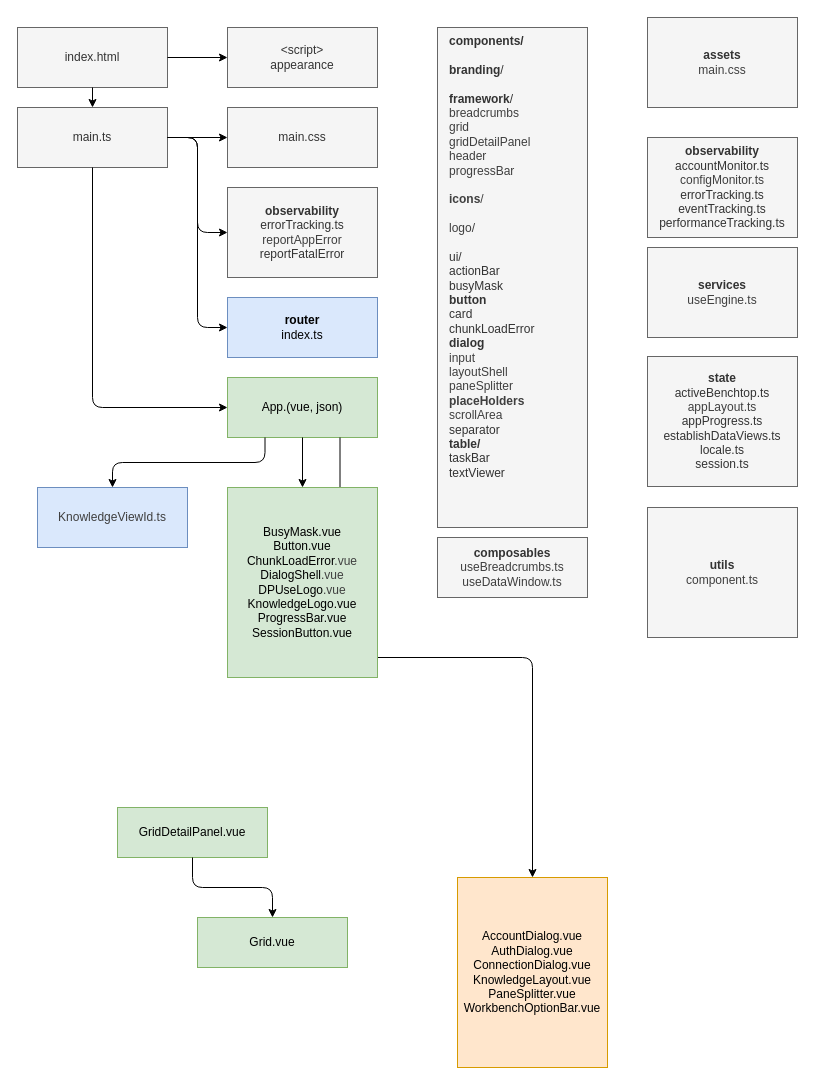
Above: schematic.drawio in dpuse/dpuse-app (draw.io), before the change. Source tidied: cells renumbered, new cells numbered last; positions are measured from the earlier drawing's top-left corner, leaving out a move shared by most shapes. Both pictures are drawn from the tidied source at 100%, with x=0, y=0 at pixel (17, 17).
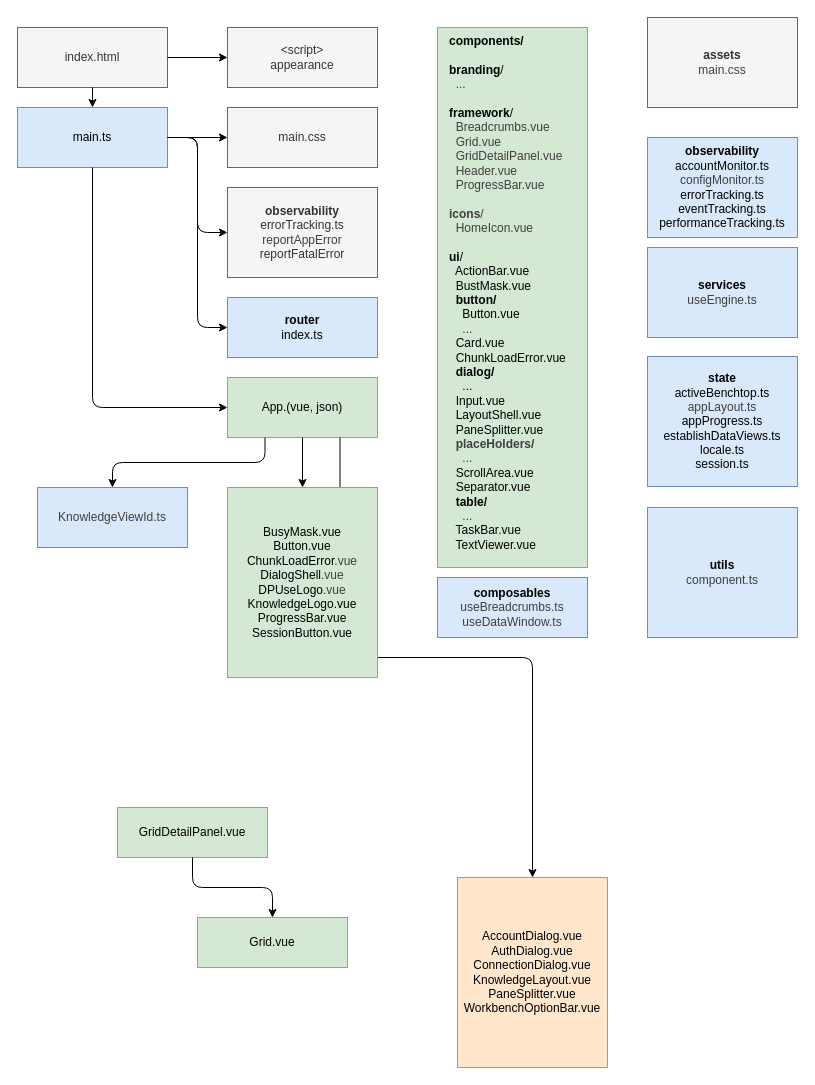
The same diagram, later.

What changed in the source:
```diff
@@
-    <mxCell id="5" value="main.ts" style="rounded=0;whiteSpace=wrap;html=1;fillColor=#f5f5f5;strokeColor=#666666;fontColor=#333333;" parent="1" vertex="1">
+    <mxCell id="5" value="main.ts" style="rounded=0;whiteSpace=wrap;html=1;fillColor=#dae8fc;strokeColor=#6c8ebf;" parent="1" vertex="1">
       <mxGeometry y="90" width="150" height="60" as="geometry" />
     </mxCell>
@@
-    <mxCell id="21" value="&lt;b&gt;observability&lt;/b&gt;&lt;div&gt;accountMonitor.ts&lt;/div&gt;&lt;div&gt;&lt;span style=&quot;color: rgb(63, 63, 63);&quot;&gt;configMonitor.ts&lt;/span&gt;&lt;/div&gt;&lt;div&gt;errorTracking.ts&lt;/div&gt;&lt;div&gt;eventTracking.ts&lt;/div&gt;&lt;div&gt;performanceTracking.ts&lt;/div&gt;" style="rounded=0;whiteSpace=wrap;html=1;fillColor=#f5f5f5;strokeColor=#666666;fontColor=#333333;" parent="1" vertex="1">
+    <mxCell id="21" value="&lt;b&gt;observability&lt;/b&gt;&lt;div&gt;accountMonitor.ts&lt;/div&gt;&lt;div&gt;&lt;span style=&quot;color: rgb(63, 63, 63);&quot;&gt;configMonitor.ts&lt;/span&gt;&lt;/div&gt;&lt;div&gt;errorTracking.ts&lt;/div&gt;&lt;div&gt;eventTracking.ts&lt;/div&gt;&lt;div&gt;performanceTracking.ts&lt;/div&gt;" style="rounded=0;whiteSpace=wrap;html=1;fillColor=#dae8fc;strokeColor=#6c8ebf;" parent="1" vertex="1">
       <mxGeometry x="630" y="120" width="150" height="100" as="geometry" />
     </mxCell>
-    <mxCell id="22" value="&lt;b&gt;state&lt;/b&gt;&lt;div&gt;activeBenchtop.ts&lt;/div&gt;&lt;div&gt;&lt;span style=&quot;color: rgb(63, 63, 63);&quot;&gt;appLayout.ts&lt;/span&gt;&lt;/div&gt;&lt;div&gt;appProgress.ts&lt;/div&gt;&lt;div&gt;establishDataViews.ts&lt;/div&gt;&lt;div&gt;locale.ts&lt;/div&gt;&lt;div&gt;session.ts&lt;/div&gt;" style="rounded=0;whiteSpace=wrap;html=1;fillColor=#f5f5f5;strokeColor=#666666;fontColor=#333333;" parent="1" vertex="1">
+    <mxCell id="22" value="&lt;b&gt;state&lt;/b&gt;&lt;div&gt;activeBenchtop.ts&lt;/div&gt;&lt;div&gt;&lt;span style=&quot;color: rgb(63, 63, 63);&quot;&gt;appLayout.ts&lt;/span&gt;&lt;/div&gt;&lt;div&gt;appProgress.ts&lt;/div&gt;&lt;div&gt;establishDataViews.ts&lt;/div&gt;&lt;div&gt;locale.ts&lt;/div&gt;&lt;div&gt;session.ts&lt;/div&gt;" style="rounded=0;whiteSpace=wrap;html=1;fillColor=#dae8fc;strokeColor=#6c8ebf;" parent="1" vertex="1">
       <mxGeometry x="630" y="339" width="150" height="130" as="geometry" />
     </mxCell>
-    <mxCell id="23" value="&lt;b&gt;services&lt;/b&gt;&lt;div&gt;&lt;span style=&quot;color: rgb(63, 63, 63); background-color: transparent;&quot;&gt;useEngine.ts&lt;/span&gt;&lt;/div&gt;" style="rounded=0;whiteSpace=wrap;html=1;fillColor=#f5f5f5;strokeColor=#666666;fontColor=#333333;" parent="1" vertex="1">
+    <mxCell id="23" value="&lt;b&gt;services&lt;/b&gt;&lt;div&gt;&lt;span style=&quot;color: rgb(63, 63, 63); background-color: transparent;&quot;&gt;useEngine.ts&lt;/span&gt;&lt;/div&gt;" style="rounded=0;whiteSpace=wrap;html=1;fillColor=#dae8fc;strokeColor=#6c8ebf;" parent="1" vertex="1">
       <mxGeometry x="630" y="230" width="150" height="90" as="geometry" />
     </mxCell>
-    <mxCell id="24" value="&lt;b&gt;utils&lt;/b&gt;&lt;div&gt;&lt;span style=&quot;color: rgb(63, 63, 63); background-color: transparent;&quot;&gt;component.ts&lt;/span&gt;&lt;/div&gt;" style="rounded=0;whiteSpace=wrap;html=1;fillColor=#f5f5f5;strokeColor=#666666;fontColor=#333333;" parent="1" vertex="1">
+    <mxCell id="24" value="&lt;b&gt;utils&lt;/b&gt;&lt;div&gt;&lt;span style=&quot;color: rgb(63, 63, 63); background-color: transparent;&quot;&gt;component.ts&lt;/span&gt;&lt;/div&gt;" style="rounded=0;whiteSpace=wrap;html=1;fillColor=#dae8fc;strokeColor=#6c8ebf;" parent="1" vertex="1">
       <mxGeometry x="630" y="490" width="150" height="130" as="geometry" />
     </mxCell>
@@
-    <mxCell id="26" value="&lt;b&gt;composables&lt;/b&gt;&lt;div&gt;&lt;span style=&quot;color: rgb(63, 63, 63); background-color: transparent;&quot;&gt;useBreadcrumbs.ts&lt;/span&gt;&lt;/div&gt;&lt;div&gt;&lt;span style=&quot;color: rgb(63, 63, 63); background-color: transparent;&quot;&gt;useDataWindow.ts&lt;/span&gt;&lt;/div&gt;" style="rounded=0;whiteSpace=wrap;html=1;fillColor=#f5f5f5;strokeColor=#666666;fontColor=#333333;" parent="1" vertex="1">
-      <mxGeometry x="420" y="520" width="150" height="60" as="geometry" />
+    <mxCell id="26" value="&lt;b&gt;composables&lt;/b&gt;&lt;div&gt;&lt;span style=&quot;color: rgb(63, 63, 63); background-color: transparent;&quot;&gt;useBreadcrumbs.ts&lt;/span&gt;&lt;/div&gt;&lt;div&gt;&lt;span style=&quot;color: rgb(63, 63, 63); background-color: transparent;&quot;&gt;useDataWindow.ts&lt;/span&gt;&lt;/div&gt;" style="rounded=0;whiteSpace=wrap;html=1;fillColor=#dae8fc;strokeColor=#6c8ebf;" parent="1" vertex="1">
+      <mxGeometry x="420" y="560" width="150" height="60" as="geometry" />
     </mxCell>
-    <mxCell id="27" value="&lt;b&gt;components/&lt;/b&gt;&lt;div&gt;&lt;b&gt;&lt;br&gt;&lt;/b&gt;&lt;div&gt;&lt;b&gt;branding&lt;/b&gt;/&lt;/div&gt;&lt;div&gt;&lt;br&gt;&lt;/div&gt;&lt;div&gt;&lt;b&gt;framework&lt;/b&gt;/&lt;/div&gt;&lt;div style=&quot;color: rgb(63, 63, 63); scrollbar-color: rgb(226, 226, 226) rgb(251, 251, 251);&quot;&gt;&lt;div style=&quot;color: rgb(63, 63, 63); scrollbar-color: rgb(226, 226, 226) rgb(251, 251, 251);&quot;&gt;breadcrumbs&lt;/div&gt;&lt;div style=&quot;color: rgb(63, 63, 63); scrollbar-color: rgb(226, 226, 226) rgb(251, 251, 251);&quot;&gt;grid&lt;/div&gt;&lt;div style=&quot;color: rgb(63, 63, 63); scrollbar-color: rgb(226, 226, 226) rgb(251, 251, 251);&quot;&gt;gridDetailPanel&lt;/div&gt;&lt;div style=&quot;color: rgb(63, 63, 63); scrollbar-color: rgb(226, 226, 226) rgb(251, 251, 251);&quot;&gt;header&lt;/div&gt;&lt;div style=&quot;color: rgb(63, 63, 63); scrollbar-color: rgb(226, 226, 226) rgb(251, 251, 251);&quot;&gt;progressBar&lt;/div&gt;&lt;div style=&quot;color: rgb(63, 63, 63); scrollbar-color: rgb(226, 226, 226) rgb(251, 251, 251);&quot;&gt;&lt;br&gt;&lt;/div&gt;&lt;div style=&quot;color: rgb(63, 63, 63); scrollbar-color: rgb(226, 226, 226) rgb(251, 251, 251);&quot;&gt;&lt;b&gt;icons&lt;/b&gt;/&lt;/div&gt;&lt;div style=&quot;color: rgb(63, 63, 63); scrollbar-color: rgb(226, 226, 226) rgb(251, 251, 251);&quot;&gt;&lt;br style=&quot;color: rgb(63, 63, 63); scrollbar-color: rgb(226, 226, 226) rgb(251, 251, 251);&quot;&gt;&lt;/div&gt;&lt;div style=&quot;color: rgb(63, 63, 63); scrollbar-color: rgb(226, 226, 226) rgb(251, 251, 251);&quot;&gt;logo/&lt;/div&gt;&lt;div style=&quot;color: rgb(63, 63, 63); scrollbar-color: rgb(226, 226, 226) rgb(251, 251, 251);&quot;&gt;&lt;br&gt;&lt;/div&gt;&lt;/div&gt;&lt;div&gt;ui/&lt;/div&gt;&lt;div&gt;actionBar&lt;/div&gt;&lt;div&gt;busyMask&lt;/div&gt;&lt;div&gt;&lt;b&gt;button&lt;/b&gt;&lt;/div&gt;&lt;div&gt;card&lt;/div&gt;&lt;div&gt;chunkLoadError&lt;/div&gt;&lt;div&gt;&lt;b&gt;dialog&lt;/b&gt;&lt;/div&gt;&lt;div&gt;&lt;span style=&quot;color: rgb(63, 63, 63); background-color: transparent;&quot;&gt;input&lt;/span&gt;&lt;/div&gt;&lt;div&gt;&lt;span style=&quot;color: rgb(63, 63, 63); background-color: transparent;&quot;&gt;layoutShell&lt;/span&gt;&lt;/div&gt;&lt;div&gt;&lt;span style=&quot;color: rgb(63, 63, 63); background-color: transparent;&quot;&gt;paneSplitter&lt;/span&gt;&lt;/div&gt;&lt;div&gt;&lt;span style=&quot;color: rgb(63, 63, 63); background-color: transparent;&quot;&gt;&lt;b&gt;placeHolders&lt;/b&gt;&lt;/span&gt;&lt;/div&gt;&lt;div&gt;&lt;span style=&quot;color: rgb(63, 63, 63); background-color: transparent;&quot;&gt;scrollArea&lt;/span&gt;&lt;/div&gt;&lt;div&gt;separator&lt;/div&gt;&lt;div&gt;&lt;b&gt;table/&lt;/b&gt;&lt;/div&gt;&lt;/div&gt;&lt;div&gt;taskBar&lt;/div&gt;&lt;div&gt;textViewer&lt;/div&gt;" style="rounded=0;whiteSpace=wrap;html=1;fillColor=#f5f5f5;strokeColor=#666666;fontColor=#333333;align=left;verticalAlign=top;spacingLeft=10;" parent="1" vertex="1">
-      <mxGeometry x="420" y="10" width="150" height="500" as="geometry" />
+    <mxCell id="27" value="&lt;b&gt;components/&lt;/b&gt;&lt;div&gt;&lt;b&gt;&lt;br&gt;&lt;/b&gt;&lt;div&gt;&lt;b&gt;branding&lt;/b&gt;/&lt;/div&gt;&lt;b style=&quot;color: rgb(63, 63, 63); scrollbar-color: rgb(226, 226, 226) rgb(251, 251, 251);&quot;&gt;&amp;nbsp; &lt;/b&gt;&lt;span style=&quot;color: rgb(63, 63, 63);&quot;&gt;...&lt;/span&gt;&lt;div&gt;&lt;br&gt;&lt;/div&gt;&lt;div&gt;&lt;b&gt;framework&lt;/b&gt;/&lt;/div&gt;&lt;div style=&quot;color: rgb(63, 63, 63); scrollbar-color: rgb(226, 226, 226) rgb(251, 251, 251);&quot;&gt;&lt;div style=&quot;color: rgb(63, 63, 63); scrollbar-color: rgb(226, 226, 226) rgb(251, 251, 251);&quot;&gt;&amp;nbsp; Breadcrumbs.vue&lt;/div&gt;&lt;div style=&quot;color: rgb(63, 63, 63); scrollbar-color: rgb(226, 226, 226) rgb(251, 251, 251);&quot;&gt;&amp;nbsp; Grid.vue&lt;/div&gt;&lt;div style=&quot;color: rgb(63, 63, 63); scrollbar-color: rgb(226, 226, 226) rgb(251, 251, 251);&quot;&gt;&amp;nbsp; GridDetailPanel.vue&lt;/div&gt;&lt;div style=&quot;color: rgb(63, 63, 63); scrollbar-color: rgb(226, 226, 226) rgb(251, 251, 251);&quot;&gt;&amp;nbsp; Header.vue&lt;/div&gt;&lt;div style=&quot;color: rgb(63, 63, 63); scrollbar-color: rgb(226, 226, 226) rgb(251, 251, 251);&quot;&gt;&amp;nbsp; ProgressBar.vue&lt;/div&gt;&lt;div style=&quot;color: rgb(63, 63, 63); scrollbar-color: rgb(226, 226, 226) rgb(251, 251, 251);&quot;&gt;&lt;br&gt;&lt;/div&gt;&lt;div style=&quot;color: rgb(63, 63, 63); scrollbar-color: rgb(226, 226, 226) rgb(251, 251, 251);&quot;&gt;&lt;b&gt;icons&lt;/b&gt;/&lt;/div&gt;&lt;div style=&quot;color: rgb(63, 63, 63); scrollbar-color: rgb(226, 226, 226) rgb(251, 251, 251);&quot;&gt;&amp;nbsp; HomeIcon.vue&lt;/div&gt;&lt;div style=&quot;color: rgb(63, 63, 63); scrollbar-color: rgb(226, 226, 226) rgb(251, 251, 251);&quot;&gt;&lt;br&gt;&lt;/div&gt;&lt;/div&gt;&lt;div&gt;&lt;b&gt;ui&lt;/b&gt;/&lt;/div&gt;&lt;div&gt;&amp;nbsp; ActionBar.vue&lt;/div&gt;&lt;div&gt;&amp;nbsp; BustMask.vue&lt;/div&gt;&lt;div&gt;&lt;b&gt;&amp;nbsp; button/&lt;/b&gt;&lt;/div&gt;&lt;div&gt;&lt;b&gt;&amp;nbsp; &amp;nbsp; &lt;/b&gt;Button.vue&lt;/div&gt;&lt;b style=&quot;color: rgb(63, 63, 63); scrollbar-color: rgb(226, 226, 226) rgb(251, 251, 251);&quot;&gt;&amp;nbsp; &amp;nbsp;&amp;nbsp;&lt;/b&gt;&lt;span style=&quot;color: rgb(63, 63, 63);&quot;&gt;...&lt;/span&gt;&lt;div&gt;&amp;nbsp; Card.vue&lt;/div&gt;&lt;div&gt;&amp;nbsp; ChunkLoadError.vue&lt;/div&gt;&lt;div&gt;&lt;b&gt;&amp;nbsp; dialog/&lt;/b&gt;&lt;/div&gt;&lt;div&gt;&lt;b&gt;&amp;nbsp; &amp;nbsp; &lt;/b&gt;...&lt;/div&gt;&lt;div&gt;&amp;nbsp; Input.vue&lt;/div&gt;&lt;div&gt;&amp;nbsp; LayoutShell.vue&lt;/div&gt;&lt;div&gt;&amp;nbsp; PaneSplitter.vue&lt;/div&gt;&lt;div&gt;&lt;span style=&quot;color: rgb(63, 63, 63); background-color: transparent;&quot;&gt;&lt;b&gt;&amp;nbsp; placeHolders/&lt;/b&gt;&lt;/span&gt;&lt;/div&gt;&lt;b style=&quot;color: rgb(63, 63, 63); scrollbar-color: rgb(226, 226, 226) rgb(251, 251, 251);&quot;&gt;&amp;nbsp; &amp;nbsp;&amp;nbsp;&lt;/b&gt;&lt;span style=&quot;color: rgb(63, 63, 63);&quot;&gt;...&lt;/span&gt;&lt;div&gt;&amp;nbsp; ScrollArea.vue&lt;/div&gt;&lt;div&gt;&amp;nbsp; Separator.vue&lt;/div&gt;&lt;div&gt;&lt;b&gt;&amp;nbsp; table/&lt;/b&gt;&lt;/div&gt;&lt;b style=&quot;color: rgb(63, 63, 63); scrollbar-color: rgb(226, 226, 226) rgb(251, 251, 251);&quot;&gt;&amp;nbsp; &amp;nbsp;&amp;nbsp;&lt;/b&gt;&lt;span style=&quot;color: rgb(63, 63, 63);&quot;&gt;...&lt;/span&gt;&lt;/div&gt;&lt;div&gt;&amp;nbsp; TaskBar.vue&lt;/div&gt;&lt;div&gt;&amp;nbsp; TextViewer.vue&lt;/div&gt;" style="rounded=0;whiteSpace=wrap;html=1;fillColor=#d5e8d4;strokeColor=#82b366;align=left;verticalAlign=top;spacingLeft=10;" parent="1" vertex="1">
+      <mxGeometry x="420" y="10" width="150" height="540" as="geometry" />
     </mxCell>
```
